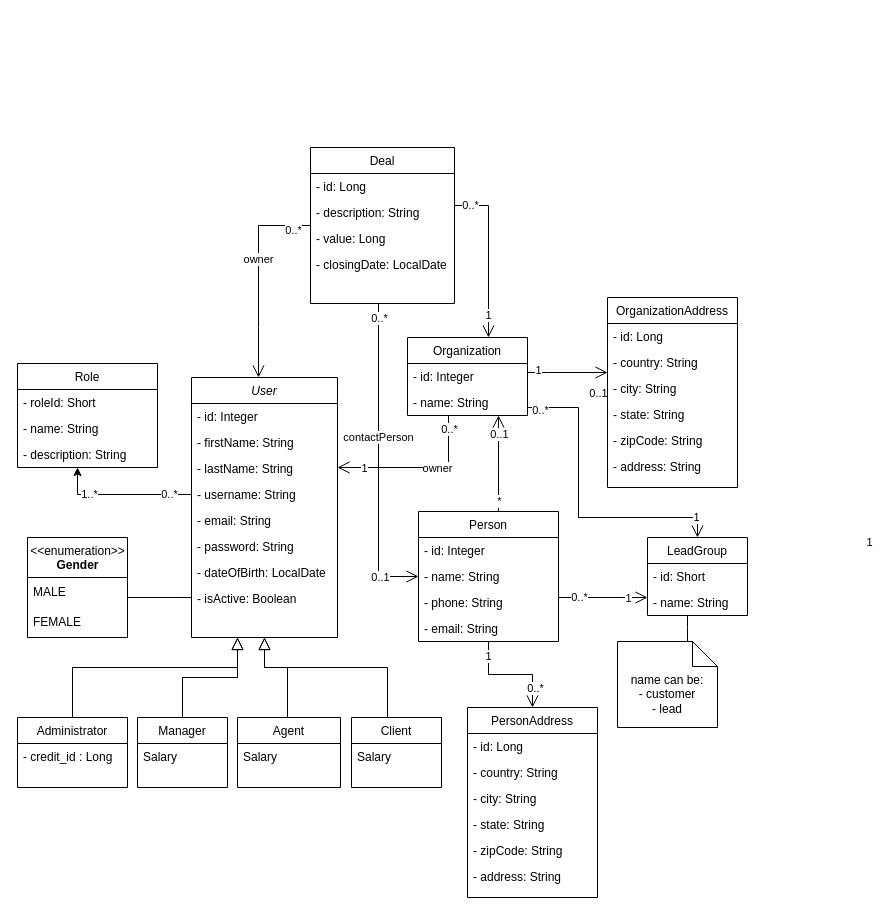
Above: diagrams/diagrams.drawio in hassanbenhzaine/Projet_file_rouge_2022 (draw.io), before the change. Source tidied: cells renumbered, new cells numbered last; positions are measured from the earlier drawing's top-left corner, leaving out a move shared by most shapes. Both pictures are drawn from the tidied source at 100%, with x=0, y=0 at pixel (17, 147).
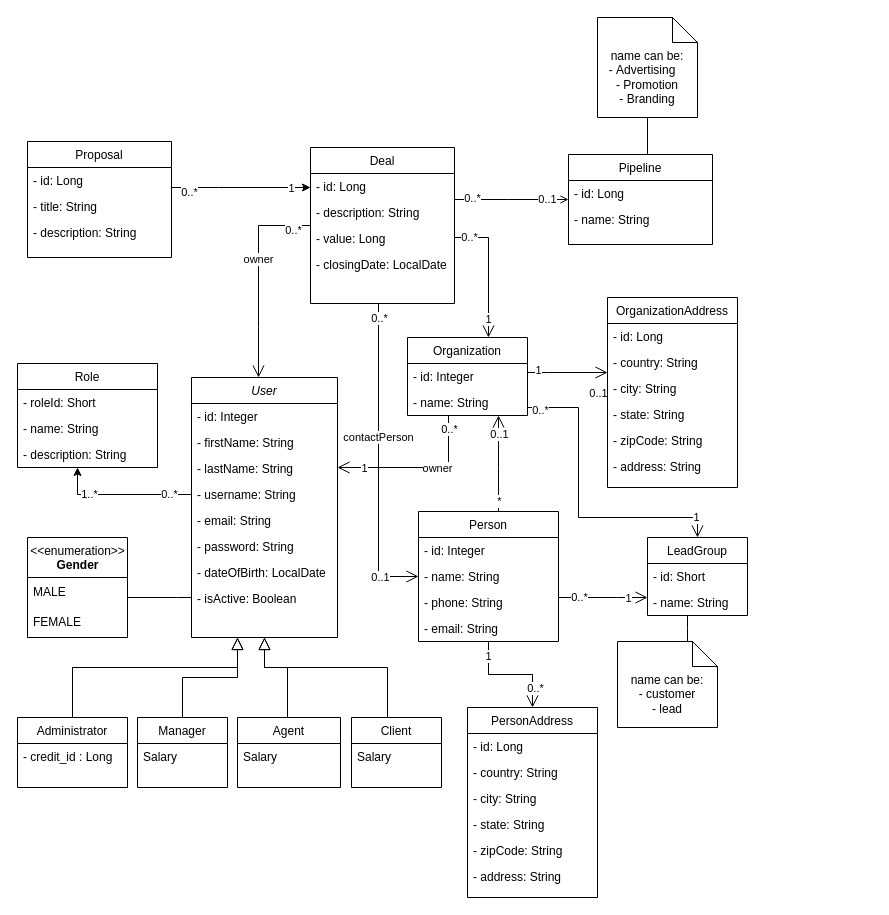
The same diagram, later.

Unchanged cells that the change refers to:
```xml
<mxCell id="36" value="Organization" style="swimlane;fontStyle=0;align=center;verticalAlign=top;horizontal=1;startSize=26;rounded=0;shadow=0;strokeWidth=1;" parent="1" vertex="1">
  <mxGeometry x="390" y="190" width="120" height="78" as="geometry" />
</mxCell>
<mxCell id="80" style="edgeStyle=orthogonalEdgeStyle;rounded=0;jettySize=auto;html=1;endArrow=open;endFill=0;endSize=10;" parent="1" edge="1" source="91" target="5">
  <mxGeometry relative="1" as="geometry">
    <Array as="points">
      <mxPoint x="241" y="180" />
      <mxPoint x="241" y="180" />
    </Array>
  </mxGeometry>
</mxCell>
<mxCell id="91" value="Deal" style="swimlane;fontStyle=0;align=center;verticalAlign=top;horizontal=1;startSize=26;rounded=0;shadow=0;strokeWidth=1;" parent="1" vertex="1">
  <mxGeometry x="293" width="144" height="156" as="geometry" />
</mxCell>
```

The edit, as a diff of the source:
```diff
@@
-    <mxCell id="81" value="1" style="edgeLabel;html=1;align=center;verticalAlign=middle;" parent="80" vertex="1">
-      <mxGeometry x="0.72" y="-1" relative="1" as="geometry">
-        <mxPoint x="611" y="193" as="offset" />
-      </mxGeometry>
-    </mxCell>
@@
     <mxCell id="84" style="edgeStyle=orthogonalEdgeStyle;rounded=0;jettySize=auto;html=1;endArrow=open;endFill=0;endSize=10;" parent="1" edge="1" source="91" target="36">
       <mxGeometry relative="1" as="geometry">
         <Array as="points">
-          <mxPoint x="471" y="58" />
+          <mxPoint x="471" y="90" />
         </Array>
       </mxGeometry>
     </mxCell>
@@
+    <mxCell id="96" style="edgeStyle=orthogonalEdgeStyle;rounded=0;jettySize=auto;html=1;endArrow=open;endFill=0;" parent="1" edge="1" source="91" target="105">
+      <mxGeometry relative="1" as="geometry">
+        <Array as="points">
+          <mxPoint x="491" y="52" />
+          <mxPoint x="491" y="52" />
+        </Array>
+      </mxGeometry>
+    </mxCell>
+    <mxCell id="97" value="0..*" style="edgeLabel;html=1;align=center;verticalAlign=middle;" parent="96" vertex="1">
+      <mxGeometry x="-0.71" y="2" relative="1" as="geometry" />
+    </mxCell>
+    <mxCell id="98" value="0..1" style="edgeLabel;html=1;align=center;verticalAlign=middle;" parent="96" vertex="1">
+      <mxGeometry x="0.75" y="1" relative="1" as="geometry">
+        <mxPoint x="-8" as="offset" />
+      </mxGeometry>
+    </mxCell>
@@
+    <mxCell id="99" style="edgeStyle=orthogonalEdgeStyle;rounded=0;jettySize=auto;html=1;" parent="1" edge="1" source="101" target="91">
+      <mxGeometry relative="1" as="geometry">
+        <Array as="points">
+          <mxPoint x="201" y="40" />
+          <mxPoint x="201" y="40" />
+        </Array>
+      </mxGeometry>
+    </mxCell>
+    <mxCell id="81" value="1" style="edgeLabel;html=1;align=center;verticalAlign=middle;" parent="99" vertex="1">
+      <mxGeometry x="0.71" relative="1" as="geometry" />
+    </mxCell>
+    <mxCell id="100" value="0..*" style="edgeLabel;html=1;align=center;verticalAlign=middle;" parent="99" vertex="1">
+      <mxGeometry x="-0.76" y="-4" relative="1" as="geometry" />
+    </mxCell>
+    <mxCell id="101" value="Proposal" style="swimlane;fontStyle=0;align=center;verticalAlign=top;horizontal=1;startSize=26;rounded=0;shadow=0;strokeWidth=1;" parent="1" vertex="1">
+      <mxGeometry x="10" y="-6" width="144" height="116" as="geometry" />
+    </mxCell>
+    <mxCell id="102" value="- id: Long" style="text;align=left;verticalAlign=top;spacingLeft=4;spacingRight=4;overflow=hidden;" parent="101" vertex="1">
+      <mxGeometry y="26" width="144" height="26" as="geometry" />
+    </mxCell>
+    <mxCell id="103" value="- title: String" style="text;align=left;verticalAlign=top;spacingLeft=4;spacingRight=4;overflow=hidden;" parent="101" vertex="1">
+      <mxGeometry y="52" width="144" height="26" as="geometry" />
+    </mxCell>
+    <mxCell id="104" value="- description: String" style="text;align=left;verticalAlign=top;spacingLeft=4;spacingRight=4;overflow=hidden;" parent="101" vertex="1">
+      <mxGeometry y="78" width="144" height="26" as="geometry" />
+    </mxCell>
+    <mxCell id="105" value="Pipeline" style="swimlane;fontStyle=0;align=center;verticalAlign=top;horizontal=1;startSize=26;rounded=0;shadow=0;strokeWidth=1;" parent="1" vertex="1">
+      <mxGeometry x="551" y="7" width="144" height="90" as="geometry" />
+    </mxCell>
+    <mxCell id="106" value="- id: Long" style="text;align=left;verticalAlign=top;spacingLeft=4;spacingRight=4;overflow=hidden;" parent="105" vertex="1">
+      <mxGeometry y="26" width="144" height="26" as="geometry" />
+    </mxCell>
+    <mxCell id="107" value="- name: String" style="text;align=left;verticalAlign=top;spacingLeft=4;spacingRight=4;overflow=hidden;" parent="105" vertex="1">
+      <mxGeometry y="52" width="144" height="26" as="geometry" />
+    </mxCell>
+    <mxCell id="108" style="edgeStyle=orthogonalEdgeStyle;rounded=0;jettySize=auto;html=1;endArrow=none;endFill=0;" parent="1" edge="1" source="109" target="105">
+      <mxGeometry relative="1" as="geometry">
+        <Array as="points">
+          <mxPoint x="621" y="-50" />
+          <mxPoint x="621" y="-50" />
+        </Array>
+      </mxGeometry>
+    </mxCell>
+    <mxCell id="109" value="name can be:&lt;br&gt;-&amp;nbsp;&lt;span&gt;Advertising&lt;/span&gt;&lt;span&gt;&amp;nbsp; &amp;nbsp;&lt;/span&gt;&lt;span&gt;&lt;br&gt;&lt;/span&gt;- Promotion&lt;br&gt;- Branding" style="shape=note2;boundedLbl=1;whiteSpace=wrap;html=1;size=25;verticalAlign=top;align=center;" parent="1" vertex="1">
+      <mxGeometry x="580" y="-130" width="100" height="100" as="geometry" />
+    </mxCell>
```
